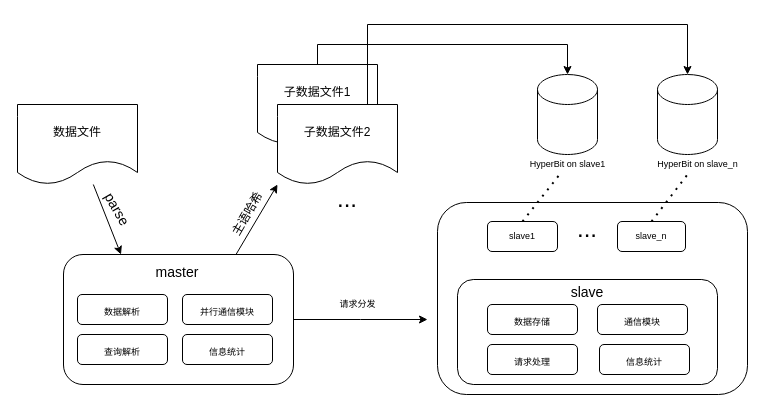
This is distribute.drawio from ductina/233, a draw.io file, before an edit. Source tidied: cells renumbered, new cells numbered last; positions are measured from the earlier drawing's top-left corner, leaving out a move shared by most shapes. Both pictures are drawn from the tidied source at 100%, with x=0, y=0 at pixel (17, 24).
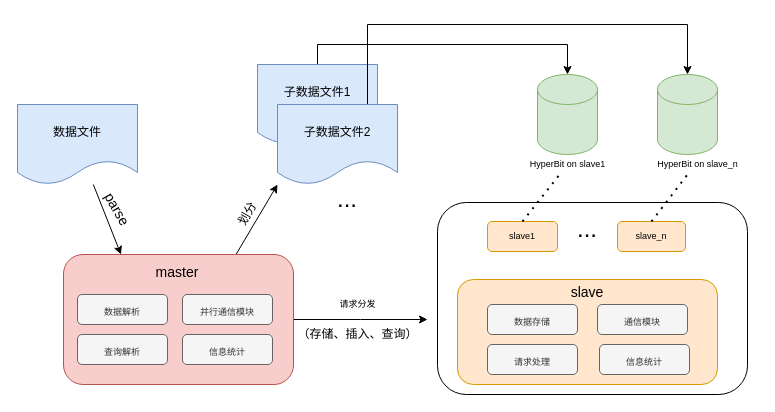
The same diagram, later.

What changed in the source:
```diff
@@
-    <mxCell id="4" value="数据文件" style="shape=document;whiteSpace=wrap;html=1;boundedLbl=1;" parent="1" vertex="1">
+    <mxCell id="4" value="数据文件" style="shape=document;whiteSpace=wrap;html=1;boundedLbl=1;fillColor=#dae8fc;strokeColor=#6c8ebf;" parent="1" vertex="1">
       <mxGeometry y="80" width="120" height="80" as="geometry" />
     </mxCell>
@@
-    <mxCell id="6" value="主语哈希" style="text;html=1;align=center;verticalAlign=middle;strokeColor=none;fillColor=none;rotation=-60;" parent="1" vertex="1">
-      <mxGeometry x="200" y="180" width="60" height="20" as="geometry" />
+    <mxCell id="6" value="划分" style="text;html=1;align=center;verticalAlign=middle;strokeColor=none;fillColor=none;rotation=-60;" parent="1" vertex="1">
+      <mxGeometry x="210" y="180" width="40" height="20" as="geometry" />
     </mxCell>
@@
-    <mxCell id="8" value="&lt;span&gt;子数据文件1&lt;/span&gt;" style="shape=document;whiteSpace=wrap;html=1;boundedLbl=1;" parent="1" vertex="1">
+    <mxCell id="8" value="&lt;span&gt;子数据文件1&lt;/span&gt;" style="shape=document;whiteSpace=wrap;html=1;boundedLbl=1;fillColor=#dae8fc;strokeColor=#6c8ebf;" parent="1" vertex="1">
       <mxGeometry x="240" y="40" width="120" height="80" as="geometry" />
     </mxCell>
@@
-    <mxCell id="10" value="子数据文件2" style="shape=document;whiteSpace=wrap;html=1;boundedLbl=1;" parent="1" vertex="1">
+    <mxCell id="10" value="子数据文件2" style="shape=document;whiteSpace=wrap;html=1;boundedLbl=1;fillColor=#dae8fc;strokeColor=#6c8ebf;" parent="1" vertex="1">
       <mxGeometry x="260" y="80" width="120" height="80" as="geometry" />
     </mxCell>
@@
-    <mxCell id="13" style="rounded=1;whiteSpace=wrap;html=1;fontSize=24;" parent="1" vertex="1">
+    <mxCell id="13" style="rounded=1;whiteSpace=wrap;html=1;fontSize=24;fillColor=#f8cecc;strokeColor=#b85450;" parent="1" vertex="1">
       <mxGeometry x="46" y="230" width="230" height="130" as="geometry" />
     </mxCell>
@@
-    <mxCell id="16" value="&lt;font style=&quot;font-size: 9px&quot;&gt;数据解析&lt;br&gt;&lt;/font&gt;" style="rounded=1;whiteSpace=wrap;html=1;fontSize=18;" parent="1" vertex="1">
+    <mxCell id="16" value="&lt;font style=&quot;font-size: 9px&quot;&gt;数据解析&lt;br&gt;&lt;/font&gt;" style="rounded=1;whiteSpace=wrap;html=1;fontSize=18;fillColor=#f5f5f5;strokeColor=#666666;fontColor=#333333;" parent="1" vertex="1">
       <mxGeometry x="60" y="270" width="90" height="30" as="geometry" />
     </mxCell>
-    <mxCell id="17" value="&lt;font style=&quot;font-size: 9px&quot;&gt;并行通信模块&lt;br&gt;&lt;/font&gt;" style="rounded=1;whiteSpace=wrap;html=1;fontSize=18;" parent="1" vertex="1">
+    <mxCell id="17" value="&lt;font style=&quot;font-size: 9px&quot;&gt;并行通信模块&lt;br&gt;&lt;/font&gt;" style="rounded=1;whiteSpace=wrap;html=1;fontSize=18;fillColor=#f5f5f5;strokeColor=#666666;fontColor=#333333;" parent="1" vertex="1">
       <mxGeometry x="165" y="270" width="90" height="30" as="geometry" />
     </mxCell>
-    <mxCell id="18" value="&lt;font style=&quot;font-size: 9px&quot;&gt;查询解析&lt;br&gt;&lt;/font&gt;" style="rounded=1;whiteSpace=wrap;html=1;fontSize=18;" parent="1" vertex="1">
+    <mxCell id="18" value="&lt;font style=&quot;font-size: 9px&quot;&gt;查询解析&lt;br&gt;&lt;/font&gt;" style="rounded=1;whiteSpace=wrap;html=1;fontSize=18;fillColor=#f5f5f5;strokeColor=#666666;fontColor=#333333;" parent="1" vertex="1">
       <mxGeometry x="60" y="310" width="90" height="30" as="geometry" />
     </mxCell>
-    <mxCell id="19" value="&lt;font style=&quot;font-size: 9px&quot;&gt;信息统计&lt;br&gt;&lt;/font&gt;" style="rounded=1;whiteSpace=wrap;html=1;fontSize=18;" parent="1" vertex="1">
+    <mxCell id="19" value="&lt;font style=&quot;font-size: 9px&quot;&gt;信息统计&lt;br&gt;&lt;/font&gt;" style="rounded=1;whiteSpace=wrap;html=1;fontSize=18;fillColor=#f5f5f5;strokeColor=#666666;fontColor=#333333;" parent="1" vertex="1">
       <mxGeometry x="165" y="310" width="90" height="30" as="geometry" />
     </mxCell>
-    <mxCell id="20" value="slave1" style="rounded=1;whiteSpace=wrap;html=1;fontSize=9;" parent="1" vertex="1">
+    <mxCell id="20" value="slave1" style="rounded=1;whiteSpace=wrap;html=1;fontSize=9;fillColor=#ffe6cc;strokeColor=#d79b00;" parent="1" vertex="1">
       <mxGeometry x="470" y="197" width="70" height="30" as="geometry" />
     </mxCell>
-    <mxCell id="21" value="slave_n" style="rounded=1;whiteSpace=wrap;html=1;fontSize=9;" parent="1" vertex="1">
+    <mxCell id="21" value="slave_n" style="rounded=1;whiteSpace=wrap;html=1;fontSize=9;fillColor=#ffe6cc;strokeColor=#d79b00;" parent="1" vertex="1">
       <mxGeometry x="600" y="197" width="68" height="30" as="geometry" />
     </mxCell>
@@
-    <mxCell id="23" style="rounded=1;whiteSpace=wrap;html=1;fontSize=9;" parent="1" vertex="1">
+    <mxCell id="23" style="rounded=1;whiteSpace=wrap;html=1;fontSize=9;fillColor=#ffe6cc;strokeColor=#d79b00;" parent="1" vertex="1">
       <mxGeometry x="440" y="255" width="260" height="105" as="geometry" />
     </mxCell>
-    <mxCell id="24" style="shape=cylinder3;whiteSpace=wrap;html=1;boundedLbl=1;backgroundOutline=1;size=15;fontSize=9;" parent="1" vertex="1">
+    <mxCell id="24" style="shape=cylinder3;whiteSpace=wrap;html=1;boundedLbl=1;backgroundOutline=1;size=15;fontSize=9;fillColor=#d5e8d4;strokeColor=#82b366;" parent="1" vertex="1">
       <mxGeometry x="520" y="50" width="60" height="80" as="geometry" />
     </mxCell>
-    <mxCell id="25" style="shape=cylinder3;whiteSpace=wrap;html=1;boundedLbl=1;backgroundOutline=1;size=15;fontSize=9;" parent="1" vertex="1">
+    <mxCell id="25" style="shape=cylinder3;whiteSpace=wrap;html=1;boundedLbl=1;backgroundOutline=1;size=15;fontSize=9;fillColor=#d5e8d4;strokeColor=#82b366;" parent="1" vertex="1">
       <mxGeometry x="640" y="50" width="60" height="80" as="geometry" />
     </mxCell>
@@
-    <mxCell id="27" value="&lt;font style=&quot;font-size: 9px&quot;&gt;数据存储&lt;br&gt;&lt;/font&gt;" style="rounded=1;whiteSpace=wrap;html=1;fontSize=18;" parent="1" vertex="1">
+    <mxCell id="27" value="&lt;font style=&quot;font-size: 9px&quot;&gt;数据存储&lt;br&gt;&lt;/font&gt;" style="rounded=1;whiteSpace=wrap;html=1;fontSize=18;fillColor=#f5f5f5;fontColor=#333333;strokeColor=#666666;" parent="1" vertex="1">
       <mxGeometry x="470" y="280" width="90" height="30" as="geometry" />
     </mxCell>
-    <mxCell id="28" value="&lt;font style=&quot;font-size: 9px&quot;&gt;通信模块&lt;br&gt;&lt;/font&gt;" style="rounded=1;whiteSpace=wrap;html=1;fontSize=18;" parent="1" vertex="1">
+    <mxCell id="28" value="&lt;font style=&quot;font-size: 9px&quot;&gt;通信模块&lt;br&gt;&lt;/font&gt;" style="rounded=1;whiteSpace=wrap;html=1;fontSize=18;fillColor=#f5f5f5;fontColor=#333333;strokeColor=#666666;" parent="1" vertex="1">
       <mxGeometry x="580" y="280" width="90" height="30" as="geometry" />
     </mxCell>
-    <mxCell id="29" value="&lt;font style=&quot;font-size: 9px&quot;&gt;请求处理&lt;br&gt;&lt;/font&gt;" style="rounded=1;whiteSpace=wrap;html=1;fontSize=18;" parent="1" vertex="1">
+    <mxCell id="29" value="&lt;font style=&quot;font-size: 9px&quot;&gt;请求处理&lt;br&gt;&lt;/font&gt;" style="rounded=1;whiteSpace=wrap;html=1;fontSize=18;fillColor=#f5f5f5;fontColor=#333333;strokeColor=#666666;" parent="1" vertex="1">
       <mxGeometry x="470" y="320" width="90" height="30" as="geometry" />
     </mxCell>
-    <mxCell id="30" value="&lt;font style=&quot;font-size: 9px&quot;&gt;信息统计&lt;br&gt;&lt;/font&gt;" style="rounded=1;whiteSpace=wrap;html=1;fontSize=18;" parent="1" vertex="1">
+    <mxCell id="30" value="&lt;font style=&quot;font-size: 9px&quot;&gt;信息统计&lt;br&gt;&lt;/font&gt;" style="rounded=1;whiteSpace=wrap;html=1;fontSize=18;fillColor=#f5f5f5;fontColor=#333333;strokeColor=#666666;" parent="1" vertex="1">
       <mxGeometry x="582" y="320" width="90" height="30" as="geometry" />
     </mxCell>
@@
+    <mxCell id="36" value="（存储、插入、查询）" style="text;html=1;align=center;verticalAlign=middle;strokeColor=none;fillColor=none;" parent="1" vertex="1">
+      <mxGeometry x="270" y="300" width="140" height="20" as="geometry" />
+    </mxCell>
```
